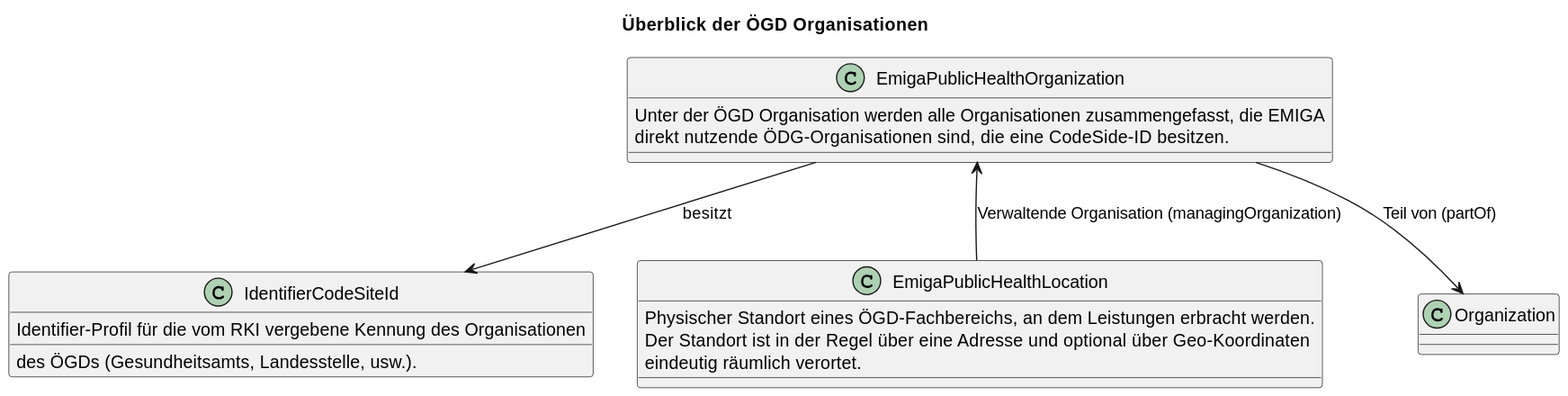
Above: rki.emiga.vzd/guides/implementationguides.vzd/PlantUML/SVGs/OEGDOverview.svg in robert-koch-institut/rki.emiga.vzd (PlantUML), before the change.
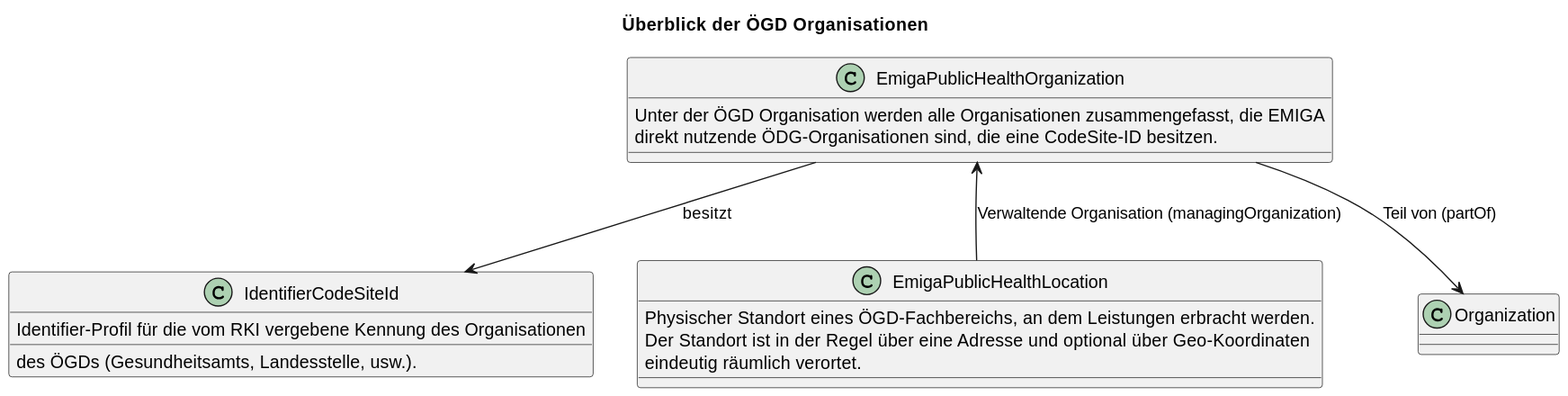
The same file after the commit.

What changed in the source:
```diff
@@ -3,7 +3,7 @@
 
 class EmigaPublicHealthOrganization{
 Unter der ÖGD Organisation werden alle Organisationen zusammengefasst, die EMIGA
-direkt nutzende ÖDG-Organisationen sind, die eine Code-Side-ID besitzen.
+direkt nutzende ÖDG-Organisationen sind, die eine CodeSite-ID besitzen.
 }
 class IdentifierCodeSiteId{
 Identifier-Profil für die vom RKI vergebene Kennung des Organisationen
```
